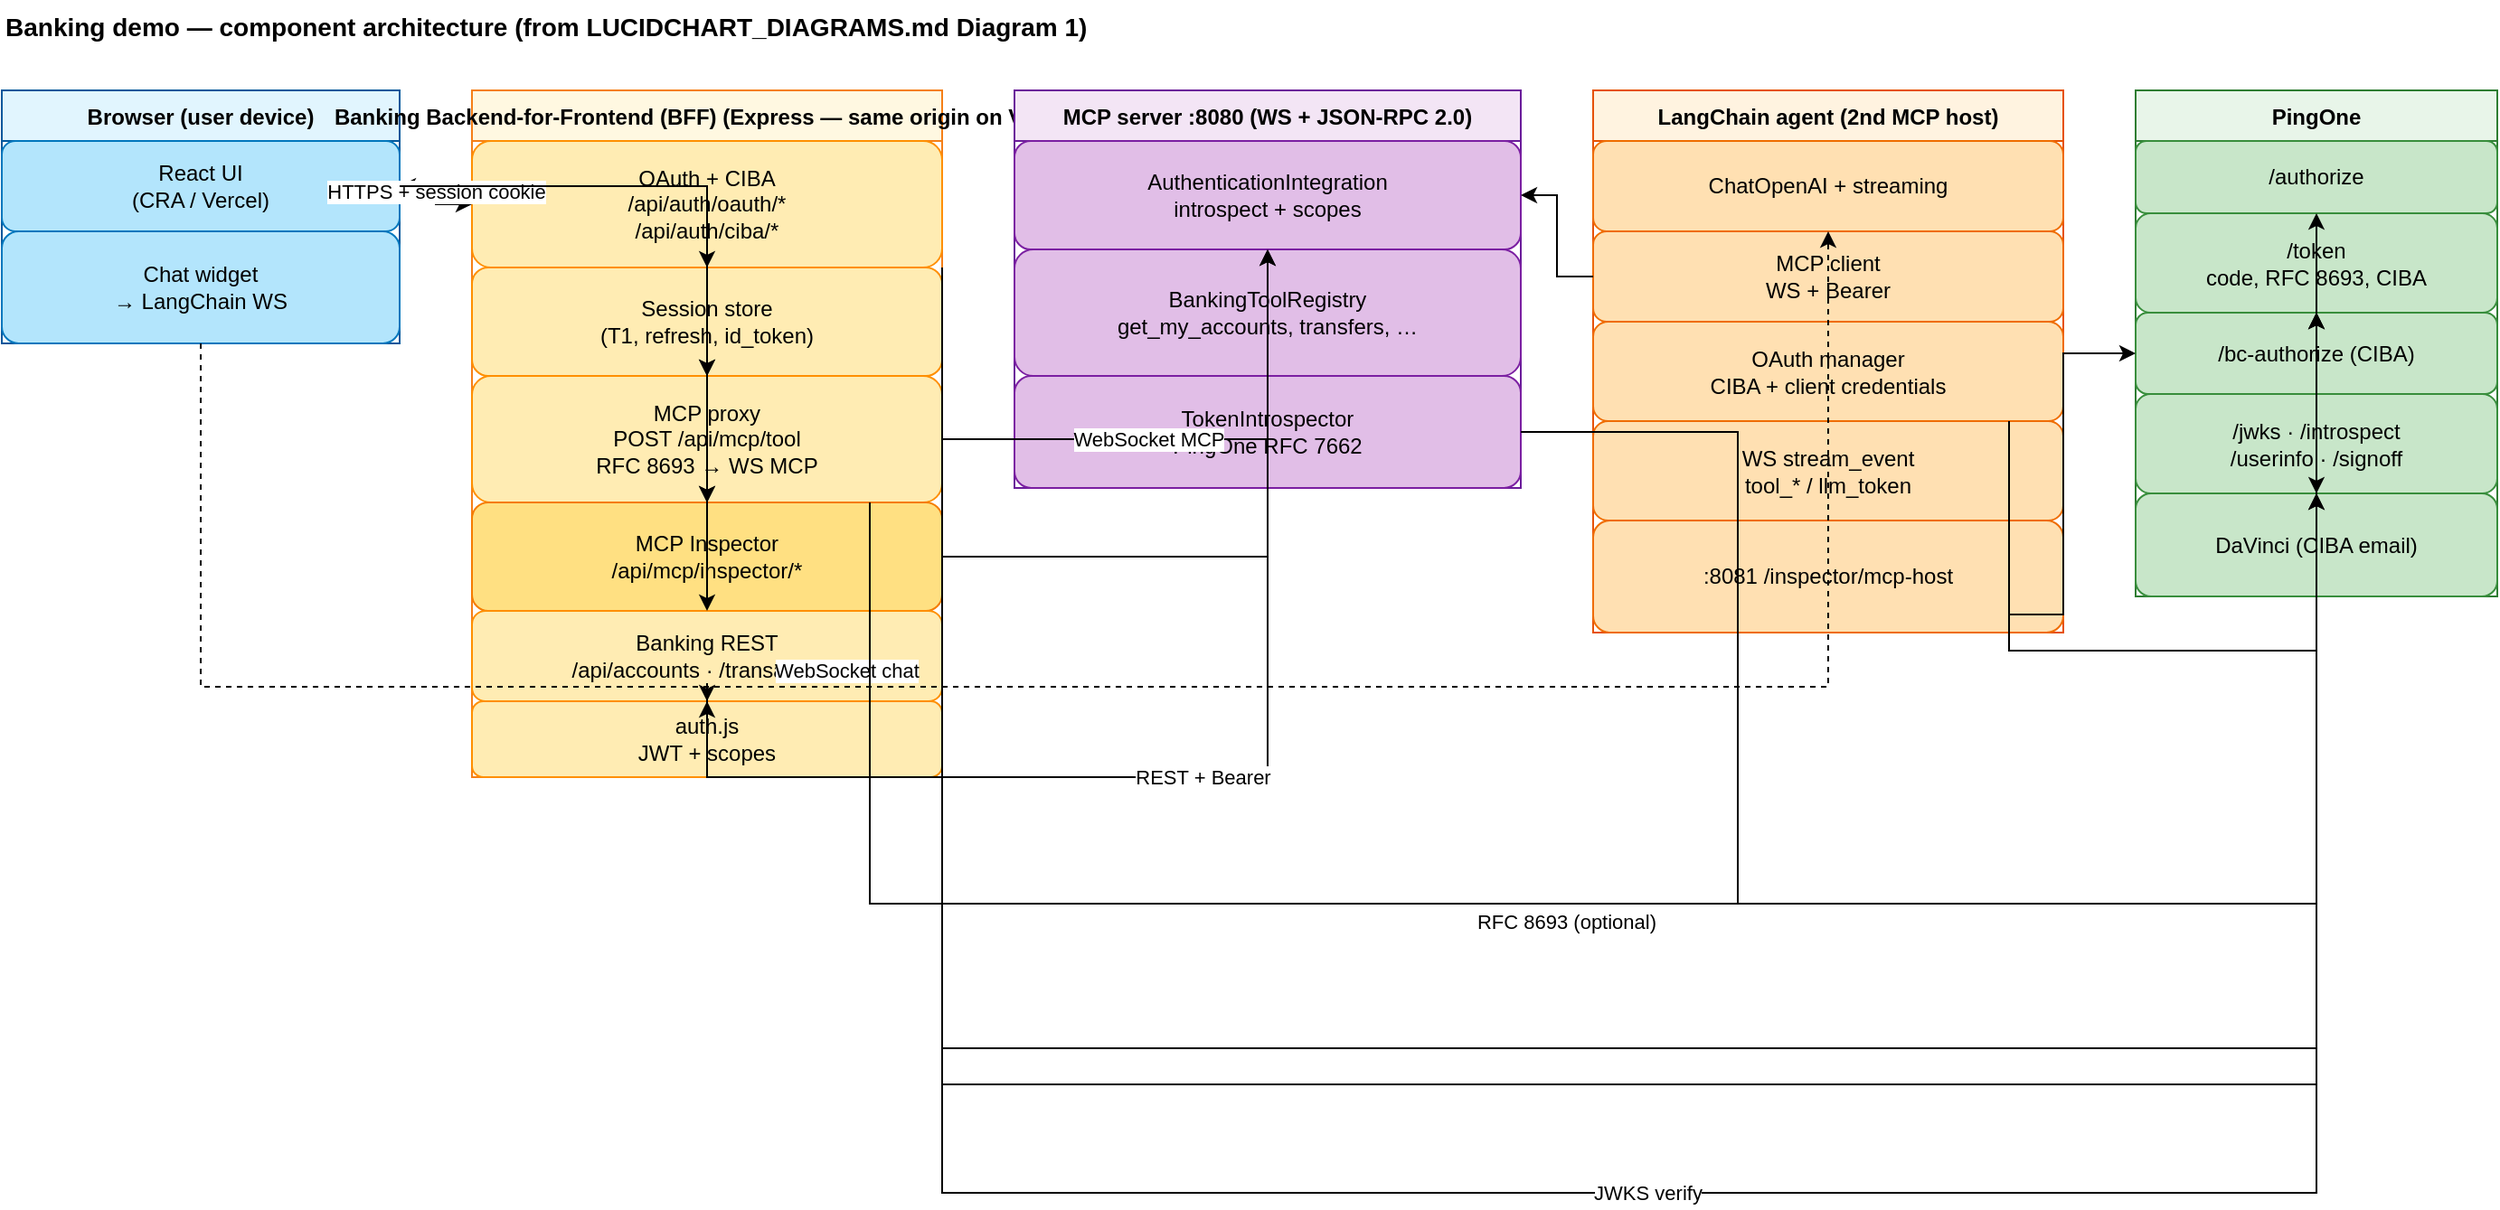
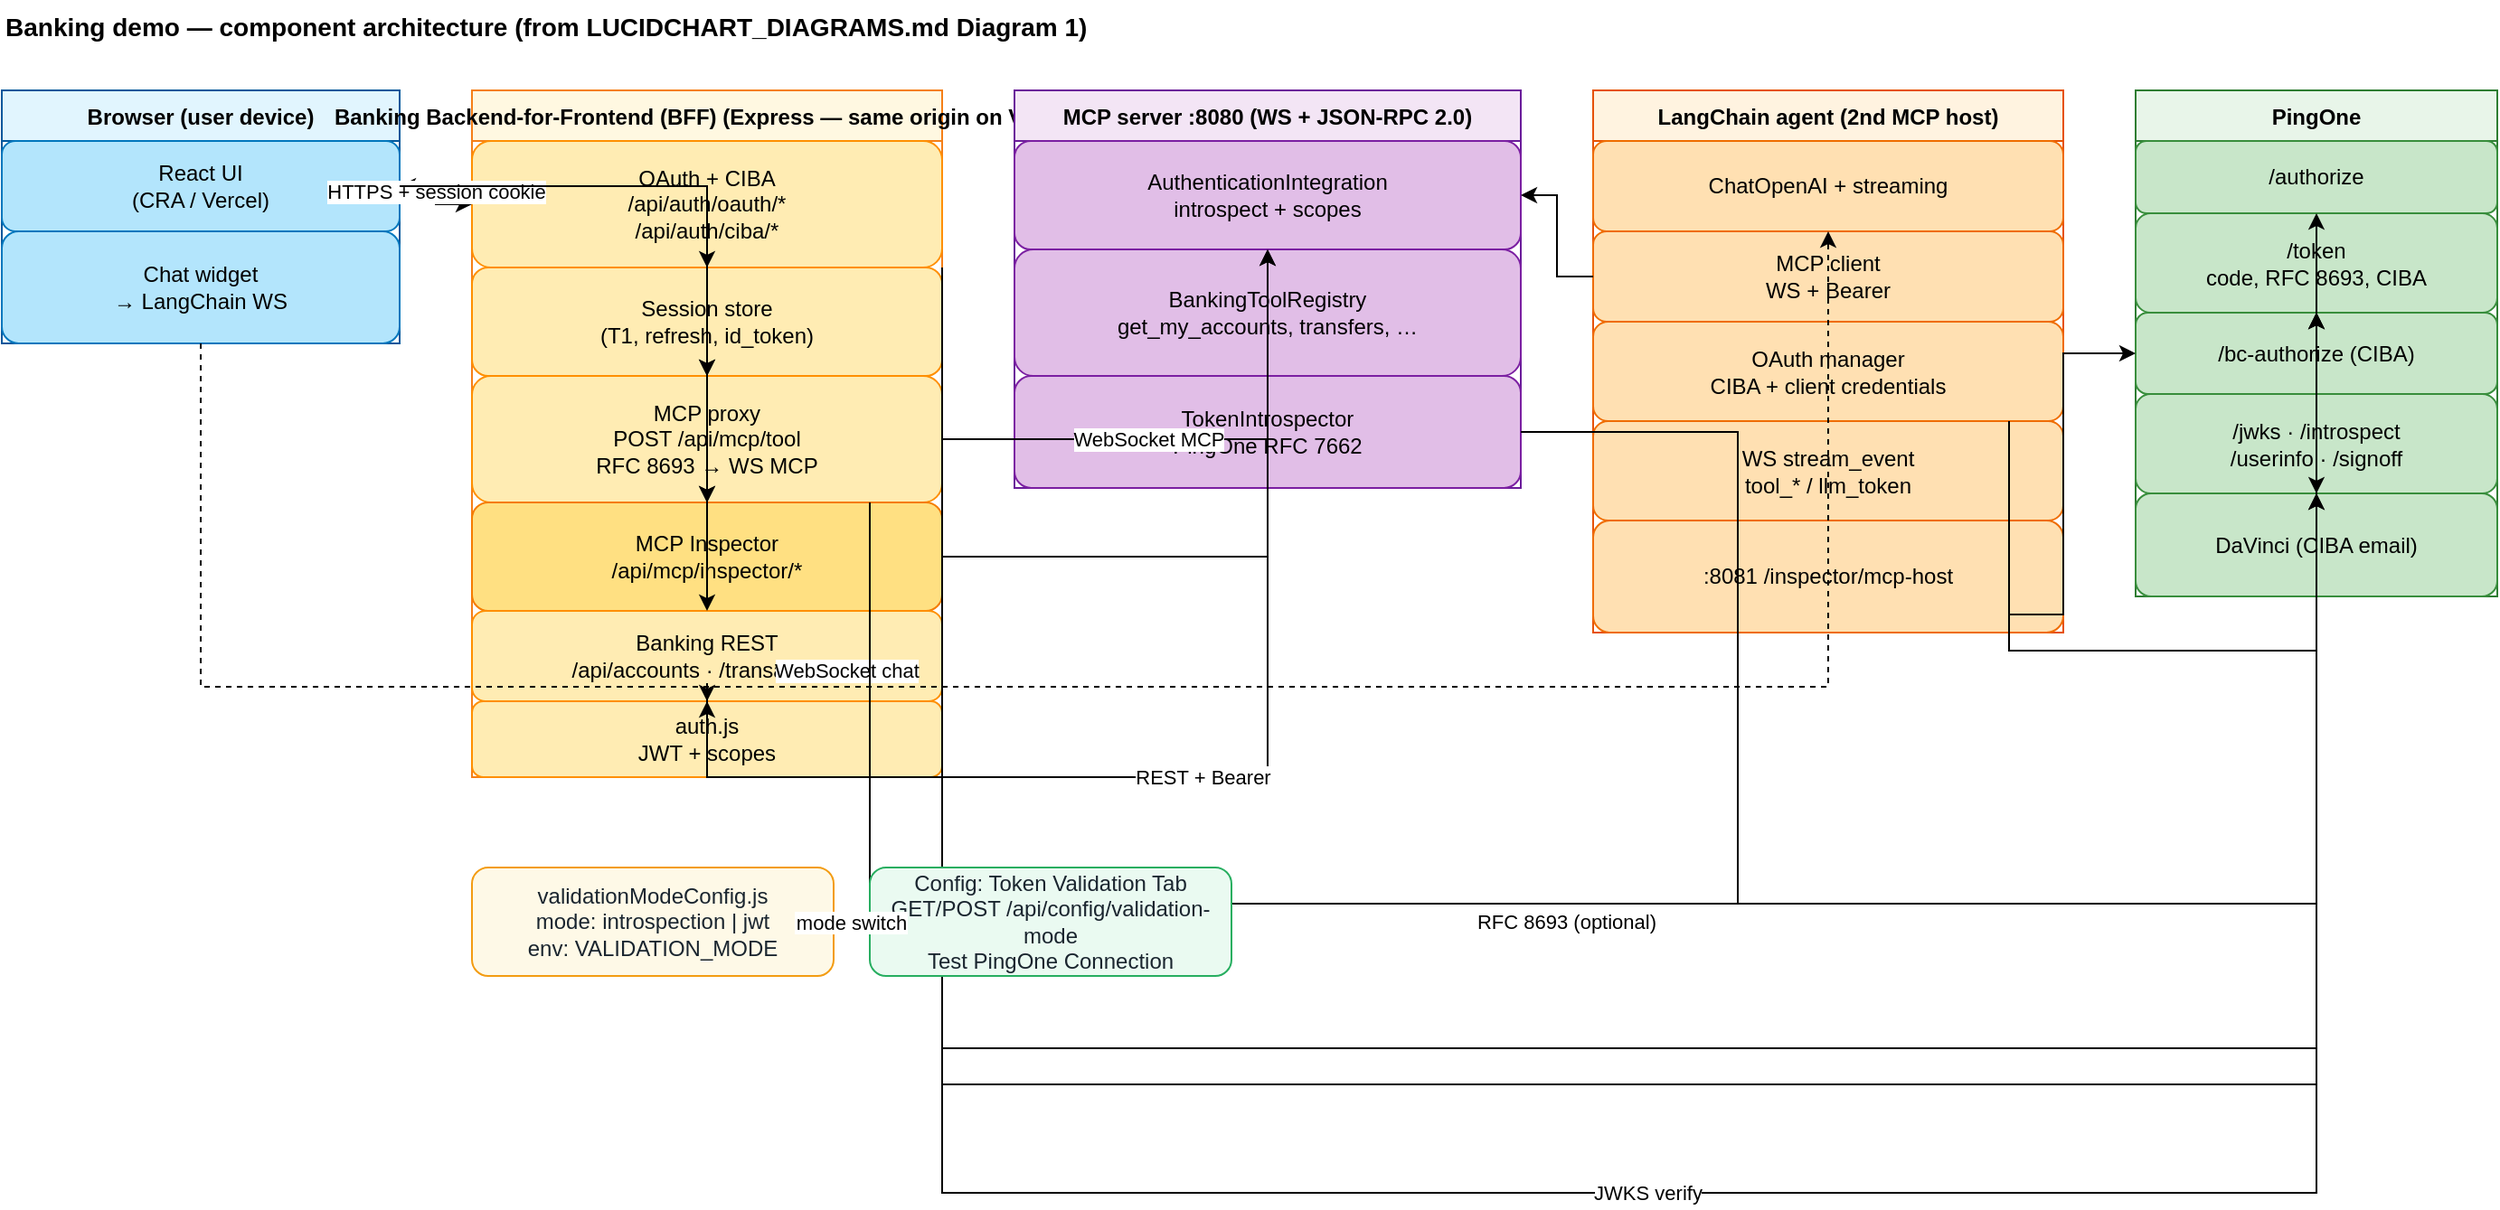
<mxfile host="app.diagrams.net" modified="2026-03-22T00:00:00.000Z" agent="Banking-Demo" version="22.1.0" type="device">
  <diagram id="component-arch" name="1 — Component architecture">
    <mxGraphModel dx="1600" dy="900" grid="1" gridSize="10" guides="1" tooltips="1" connect="1" arrows="1" fold="1" page="1" pageScale="1" pageWidth="1600" pageHeight="1400" math="0" shadow="0">
      <root>
        <mxCell id="0" />
        <mxCell id="1" parent="0" />

        <mxCell id="title" value="Banking demo — component architecture (from LUCIDCHART_DIAGRAMS.md Diagram 1)" style="text;html=1;strokeColor=none;fillColor=none;align=left;verticalAlign=middle;fontStyle=1;fontSize=14;" vertex="1" parent="1">
          <mxGeometry x="40" y="20" width="1200" height="30" as="geometry" />
        </mxCell>

        <mxCell id="lane-browser" value="Browser (user device)" style="swimlane;fontStyle=1;childLayout=stackLayout;horizontal=1;startSize=28;fillColor=#e1f5fe;strokeColor=#01579b;" vertex="1" parent="1">
          <mxGeometry x="40" y="70" width="220" height="140" as="geometry" />
        </mxCell>
        <mxCell id="ui" value="React UI&#xa;(CRA / Vercel)" style="rounded=1;whiteSpace=wrap;html=1;fillColor=#b3e5fc;strokeColor=#0277bd;" vertex="1" parent="lane-browser">
          <mxGeometry y="28" width="220" height="50" as="geometry" />
        </mxCell>
        <mxCell id="chat" value="Chat widget&#xa;→ LangChain WS" style="rounded=1;whiteSpace=wrap;html=1;fillColor=#b3e5fc;strokeColor=#0277bd;" vertex="1" parent="lane-browser">
          <mxGeometry y="78" width="220" height="62" as="geometry" />
        </mxCell>

        <mxCell id="lane-bff" value="Banking Backend-for-Frontend (BFF) (Express — same origin on Vercel)" style="swimlane;fontStyle=1;childLayout=stackLayout;horizontal=1;startSize=28;fillColor=#fff8e1;strokeColor=#f57f17;" vertex="1" parent="1">
          <mxGeometry x="300" y="70" width="260" height="380" as="geometry" />
        </mxCell>
        <mxCell id="oauth" value="OAuth + CIBA&#xa;/api/auth/oauth/*&#xa;/api/auth/ciba/*" style="rounded=1;whiteSpace=wrap;html=1;fillColor=#ffecb3;strokeColor=#ff8f00;" vertex="1" parent="lane-bff">
          <mxGeometry y="28" width="260" height="70" as="geometry" />
        </mxCell>
        <mxCell id="session" value="Session store&#xa;(T1, refresh, id_token)" style="rounded=1;whiteSpace=wrap;html=1;fillColor=#ffecb3;strokeColor=#ff8f00;" vertex="1" parent="lane-bff">
          <mxGeometry y="98" width="260" height="60" as="geometry" />
        </mxCell>
        <mxCell id="mcpproxy" value="MCP proxy&#xa;POST /api/mcp/tool&#xa;RFC 8693 → WS MCP" style="rounded=1;whiteSpace=wrap;html=1;fillColor=#ffecb3;strokeColor=#ff8f00;" vertex="1" parent="lane-bff">
          <mxGeometry y="158" width="260" height="70" as="geometry" />
        </mxCell>
        <mxCell id="mcpinsp" value="MCP Inspector&#xa;/api/mcp/inspector/*" style="rounded=1;whiteSpace=wrap;html=1;fillColor=#ffe082;strokeColor=#f57c00;" vertex="1" parent="lane-bff">
          <mxGeometry y="228" width="260" height="60" as="geometry" />
        </mxCell>
        <mxCell id="bankapi" value="Banking REST&#xa;/api/accounts · /transactions" style="rounded=1;whiteSpace=wrap;html=1;fillColor=#ffecb3;strokeColor=#ff8f00;" vertex="1" parent="lane-bff">
          <mxGeometry y="288" width="260" height="50" as="geometry" />
        </mxCell>
        <mxCell id="authmw" value="auth.js&#xa;JWT + scopes" style="rounded=1;whiteSpace=wrap;html=1;fillColor=#ffecb3;strokeColor=#ff8f00;" vertex="1" parent="lane-bff">
          <mxGeometry y="338" width="260" height="42" as="geometry" />
        </mxCell>

        <mxCell id="lane-mcp" value="MCP server :8080 (WS + JSON-RPC 2.0)" style="swimlane;fontStyle=1;childLayout=stackLayout;horizontal=1;startSize=28;fillColor=#f3e5f5;strokeColor=#6a1b9a;" vertex="1" parent="1">
          <mxGeometry x="600" y="70" width="280" height="220" as="geometry" />
        </mxCell>
        <mxCell id="authmgr" value="AuthenticationIntegration&#xa;introspect + scopes" style="rounded=1;whiteSpace=wrap;html=1;fillColor=#e1bee7;strokeColor=#7b1fa2;" vertex="1" parent="lane-mcp">
          <mxGeometry y="28" width="280" height="60" as="geometry" />
        </mxCell>
        <mxCell id="tools" value="BankingToolRegistry&#xa;get_my_accounts, transfers, …" style="rounded=1;whiteSpace=wrap;html=1;fillColor=#e1bee7;strokeColor=#7b1fa2;" vertex="1" parent="lane-mcp">
          <mxGeometry y="88" width="280" height="70" as="geometry" />
        </mxCell>
        <mxCell id="intro" value="TokenIntrospector&#xa;PingOne RFC 7662" style="rounded=1;whiteSpace=wrap;html=1;fillColor=#e1bee7;strokeColor=#7b1fa2;" vertex="1" parent="lane-mcp">
          <mxGeometry y="158" width="280" height="62" as="geometry" />
        </mxCell>

        <mxCell id="lane-agent" value="LangChain agent (2nd MCP host)" style="swimlane;fontStyle=1;childLayout=stackLayout;horizontal=1;startSize=28;fillColor=#fff3e0;strokeColor=#e65100;" vertex="1" parent="1">
          <mxGeometry x="920" y="70" width="260" height="300" as="geometry" />
        </mxCell>
        <mxCell id="llm" value="ChatOpenAI + streaming" style="rounded=1;whiteSpace=wrap;html=1;fillColor=#ffe0b2;strokeColor=#ef6c00;" vertex="1" parent="lane-agent">
          <mxGeometry y="28" width="260" height="50" as="geometry" />
        </mxCell>
        <mxCell id="mcpclient" value="MCP client&#xa;WS + Bearer" style="rounded=1;whiteSpace=wrap;html=1;fillColor=#ffe0b2;strokeColor=#ef6c00;" vertex="1" parent="lane-agent">
          <mxGeometry y="78" width="260" height="50" as="geometry" />
        </mxCell>
        <mxCell id="cibaagent" value="OAuth manager&#xa;CIBA + client credentials" style="rounded=1;whiteSpace=wrap;html=1;fillColor=#ffe0b2;strokeColor=#ef6c00;" vertex="1" parent="lane-agent">
          <mxGeometry y="128" width="260" height="55" as="geometry" />
        </mxCell>
        <mxCell id="wsev" value="WS stream_event&#xa;tool_* / llm_token" style="rounded=1;whiteSpace=wrap;html=1;fillColor=#ffe0b2;strokeColor=#ef6c00;" vertex="1" parent="lane-agent">
          <mxGeometry y="183" width="260" height="55" as="geometry" />
        </mxCell>
        <mxCell id="insp8081" value=":8081 /inspector/mcp-host" style="rounded=1;whiteSpace=wrap;html=1;fillColor=#ffe0b2;strokeColor=#ef6c00;" vertex="1" parent="lane-agent">
          <mxGeometry y="238" width="260" height="62" as="geometry" />
        </mxCell>

        <mxCell id="lane-p1" value="PingOne" style="swimlane;fontStyle=1;childLayout=stackLayout;horizontal=1;startSize=28;fillColor=#e8f5e9;strokeColor=#2e7d32;" vertex="1" parent="1">
          <mxGeometry x="1220" y="70" width="200" height="280" as="geometry" />
        </mxCell>
        <mxCell id="p1auth" value="/authorize" style="rounded=1;whiteSpace=wrap;html=1;fillColor=#c8e6c9;strokeColor=#388e3c;" vertex="1" parent="lane-p1">
          <mxGeometry y="28" width="200" height="40" as="geometry" />
        </mxCell>
        <mxCell id="p1token" value="/token&#xa;code, RFC 8693, CIBA" style="rounded=1;whiteSpace=wrap;html=1;fillColor=#c8e6c9;strokeColor=#388e3c;" vertex="1" parent="lane-p1">
          <mxGeometry y="68" width="200" height="55" as="geometry" />
        </mxCell>
        <mxCell id="p1bc" value="/bc-authorize (CIBA)" style="rounded=1;whiteSpace=wrap;html=1;fillColor=#c8e6c9;strokeColor=#388e3c;" vertex="1" parent="lane-p1">
          <mxGeometry y="123" width="200" height="45" as="geometry" />
        </mxCell>
        <mxCell id="p1jwks" value="/jwks · /introspect&#xa;/userinfo · /signoff" style="rounded=1;whiteSpace=wrap;html=1;fillColor=#c8e6c9;strokeColor=#388e3c;" vertex="1" parent="lane-p1">
          <mxGeometry y="168" width="200" height="55" as="geometry" />
        </mxCell>
        <mxCell id="p1dv" value="DaVinci (CIBA email)" style="rounded=1;whiteSpace=wrap;html=1;fillColor=#c8e6c9;strokeColor=#388e3c;" vertex="1" parent="lane-p1">
          <mxGeometry y="223" width="200" height="57" as="geometry" />
        </mxCell>

        <mxCell id="e1" style="edgeStyle=orthogonalEdgeStyle;rounded=0;orthogonalLoop=1;jettySize=auto;html=1;endArrow=classic;startArrow=classic;" edge="1" parent="1" source="ui" target="oauth">
          <mxGeometry relative="1" as="geometry" />
        </mxCell>
        <mxCell id="e1l" value="HTTPS + session cookie" style="edgeLabel;html=1;align=center;verticalAlign=middle;resizable=0;points=[];" vertex="1" connectable="0" parent="e1">
          <mxGeometry x="-0.1" relative="1" as="geometry">
            <mxPoint as="offset" />
          </mxGeometry>
        </mxCell>
        <mxCell id="e2" style="edgeStyle=orthogonalEdgeStyle;rounded=0;html=1;endArrow=classic;" edge="1" parent="1" source="ui" target="mcpproxy">
          <mxGeometry relative="1" as="geometry" />
        </mxCell>
        <mxCell id="e3" style="edgeStyle=orthogonalEdgeStyle;rounded=0;html=1;endArrow=classic;" edge="1" parent="1" source="ui" target="mcpinsp">
          <mxGeometry relative="1" as="geometry" />
        </mxCell>
        <mxCell id="e4" style="edgeStyle=orthogonalEdgeStyle;rounded=0;html=1;endArrow=classic;" edge="1" parent="1" source="ui" target="bankapi">
          <mxGeometry relative="1" as="geometry" />
        </mxCell>
        <mxCell id="e5" style="edgeStyle=orthogonalEdgeStyle;rounded=0;html=1;dashed=1;endArrow=classic;" edge="1" parent="1" source="chat" target="llm">
          <mxGeometry relative="1" as="geometry">
            <Array as="points">
              <mxPoint x="150" y="400" />
              <mxPoint x="1050" y="400" />
            </Array>
          </mxGeometry>
        </mxCell>
        <mxCell id="e5l" value="WebSocket chat" style="edgeLabel;html=1;align=center;verticalAlign=middle;resizable=0;points=[];" vertex="1" connectable="0" parent="e5">
          <mxGeometry x="-0.2" y="1" relative="1" as="geometry">
            <mxPoint x="10" y="-8" as="offset" />
          </mxGeometry>
        </mxCell>

        <mxCell id="e6" style="edgeStyle=orthogonalEdgeStyle;rounded=0;html=1;endArrow=classic;" edge="1" parent="1" source="oauth" target="session">
          <mxGeometry relative="1" as="geometry" />
        </mxCell>
        <mxCell id="e7" style="edgeStyle=orthogonalEdgeStyle;rounded=0;html=1;endArrow=classic;" edge="1" parent="1" source="session" target="mcpproxy">
          <mxGeometry relative="1" as="geometry" />
        </mxCell>
        <mxCell id="e8" style="edgeStyle=orthogonalEdgeStyle;rounded=0;html=1;endArrow=classic;" edge="1" parent="1" source="session" target="mcpinsp">
          <mxGeometry relative="1" as="geometry" />
        </mxCell>

        <mxCell id="e9" style="edgeStyle=orthogonalEdgeStyle;rounded=0;html=1;endArrow=classic;" edge="1" parent="1" source="mcpproxy" target="authmgr">
          <mxGeometry relative="1" as="geometry" />
        </mxCell>
        <mxCell id="e9l" value="WebSocket MCP" style="edgeLabel;html=1;align=center;verticalAlign=middle;resizable=0;points=[];" vertex="1" connectable="0" parent="e9">
          <mxGeometry x="-0.2" relative="1" as="geometry">
            <mxPoint as="offset" />
          </mxGeometry>
        </mxCell>
        <mxCell id="e10" style="edgeStyle=orthogonalEdgeStyle;rounded=0;html=1;endArrow=classic;" edge="1" parent="1" source="mcpinsp" target="authmgr">
          <mxGeometry relative="1" as="geometry" />
        </mxCell>

        <mxCell id="e11" style="edgeStyle=orthogonalEdgeStyle;rounded=0;html=1;endArrow=classic;" edge="1" parent="1" source="mcpproxy" target="p1token">
          <mxGeometry relative="1" as="geometry">
            <Array as="points">
              <mxPoint x="520" y="520" />
              <mxPoint x="1320" y="520" />
            </Array>
          </mxGeometry>
        </mxCell>
        <mxCell id="e11l" value="RFC 8693 (optional)" style="edgeLabel;html=1;align=center;verticalAlign=middle;resizable=0;points=[];" vertex="1" connectable="0" parent="e11">
          <mxGeometry x="-0.1" relative="1" as="geometry">
            <mxPoint y="10" as="offset" />
          </mxGeometry>
        </mxCell>

        <mxCell id="e12" style="edgeStyle=orthogonalEdgeStyle;rounded=0;html=1;endArrow=classic;" edge="1" parent="1" source="oauth" target="p1auth">
          <mxGeometry relative="1" as="geometry">
            <Array as="points">
              <mxPoint x="560" y="600" />
              <mxPoint x="1320" y="600" />
            </Array>
          </mxGeometry>
        </mxCell>
        <mxCell id="e13" style="edgeStyle=orthogonalEdgeStyle;rounded=0;html=1;endArrow=classic;" edge="1" parent="1" source="oauth" target="p1token">
          <mxGeometry relative="1" as="geometry">
            <Array as="points">
              <mxPoint x="560" y="620" />
              <mxPoint x="1320" y="620" />
            </Array>
          </mxGeometry>
        </mxCell>

        <mxCell id="e14" style="edgeStyle=orthogonalEdgeStyle;rounded=0;html=1;endArrow=classic;" edge="1" parent="1" source="bankapi" target="authmw">
          <mxGeometry relative="1" as="geometry" />
        </mxCell>
        <mxCell id="e15" style="edgeStyle=orthogonalEdgeStyle;rounded=0;html=1;endArrow=classic;" edge="1" parent="1" source="authmw" target="p1jwks">
          <mxGeometry relative="1" as="geometry">
            <Array as="points">
              <mxPoint x="560" y="680" />
              <mxPoint x="1320" y="680" />
            </Array>
          </mxGeometry>
        </mxCell>
        <mxCell id="e15l" value="JWKS verify" style="edgeLabel;html=1;align=center;verticalAlign=middle;resizable=0;points=[];" vertex="1" connectable="0" parent="e15">
          <mxGeometry x="-0.1" relative="1" as="geometry">
            <mxPoint as="offset" />
          </mxGeometry>
        </mxCell>

        <mxCell id="e16" style="edgeStyle=orthogonalEdgeStyle;rounded=0;html=1;endArrow=classic;" edge="1" parent="1" source="intro" target="p1jwks">
          <mxGeometry relative="1" as="geometry">
            <Array as="points">
              <mxPoint x="1000" y="520" />
              <mxPoint x="1320" y="520" />
            </Array>
          </mxGeometry>
        </mxCell>
        <mxCell id="e17" style="edgeStyle=orthogonalEdgeStyle;rounded=0;html=1;endArrow=classic;" edge="1" parent="1" source="tools" target="bankapi">
          <mxGeometry relative="1" as="geometry">
            <Array as="points">
              <mxPoint x="740" y="450" />
              <mxPoint x="430" y="450" />
            </Array>
          </mxGeometry>
        </mxCell>
        <mxCell id="e17l" value="REST + Bearer" style="edgeLabel;html=1;align=center;verticalAlign=middle;resizable=0;points=[];" vertex="1" connectable="0" parent="e17">
          <mxGeometry x="-0.1" relative="1" as="geometry">
            <mxPoint as="offset" />
          </mxGeometry>
        </mxCell>

        <mxCell id="e18" style="edgeStyle=orthogonalEdgeStyle;rounded=0;html=1;endArrow=classic;" edge="1" parent="1" source="mcpclient" target="authmgr">
          <mxGeometry relative="1" as="geometry" />
        </mxCell>
        <mxCell id="e19" style="edgeStyle=orthogonalEdgeStyle;rounded=0;html=1;endArrow=classic;" edge="1" parent="1" source="cibaagent" target="p1bc">
          <mxGeometry relative="1" as="geometry">
            <Array as="points">
              <mxPoint x="1150" y="360" />
              <mxPoint x="1180" y="360" />
            </Array>
          </mxGeometry>
        </mxCell>
        <mxCell id="e20" style="edgeStyle=orthogonalEdgeStyle;rounded=0;html=1;endArrow=classic;" edge="1" parent="1" source="cibaagent" target="p1token">
          <mxGeometry relative="1" as="geometry">
            <Array as="points">
              <mxPoint x="1150" y="380" />
              <mxPoint x="1320" y="380" />
            </Array>
          </mxGeometry>
        </mxCell>
        <mxCell id="e21" style="edgeStyle=orthogonalEdgeStyle;rounded=0;html=1;dashed=1;endArrow=classic;" edge="1" parent="1" source="p1bc" target="p1dv">
+           <mxGeometry relative="1" as="geometry" />
+         </mxCell>
+         <mxCell id="validationMode" value="validationModeConfig.js&#xa;mode: introspection | jwt&#xa;env: VALIDATION_MODE" style="rounded=1;whiteSpace=wrap;html=1;fillColor=#fef9e7;strokeColor=#f39c12;fontColor=#1a252f;" vertex="1" parent="1">
+           <mxGeometry x="300" y="500" width="200" height="60" as="geometry" />
+         </mxCell>
+         <mxCell id="tokenValidationTab" value="Config: Token Validation Tab&#xa;GET/POST /api/config/validation-mode&#xa;Test PingOne Connection" style="rounded=1;whiteSpace=wrap;html=1;fillColor=#eafaf1;strokeColor=#27ae60;fontColor=#1a252f;" vertex="1" parent="1">
+           <mxGeometry x="520" y="500" width="200" height="60" as="geometry" />
+         </mxCell>
+         <mxCell id="tokenValidationEdge" value="mode switch" style="edgeStyle=orthogonalEdgeStyle;" edge="1" source="tokenValidationTab" target="validationMode" parent="1">
          <mxGeometry relative="1" as="geometry" />
        </mxCell>
      </root>
    </mxGraphModel>
  </diagram>

  <diagram id="readme" name="0 — About + sequence diagrams">
    <mxGraphModel dx="1200" dy="800" grid="1" gridSize="10" guides="1" tooltips="1" connect="1" arrows="1" fold="1" page="1" pageScale="1" pageWidth="1100" pageHeight="850" math="0" shadow="0">
      <root>
        <mxCell id="0r" />
        <mxCell id="1r" parent="0r" />
        <mxCell id="note1" value="LUCIDCHART_DIAGRAMS.md is not draw.io format — it uses Mermaid inside Markdown (for Lucidchart “Import → Mermaid” or GitHub preview).&#xa;&#xa;This file (.drawio) is for diagrams.net / draw.io: open with File → Open from Device, or drag onto app.diagrams.net.&#xa;&#xa;Page “1 — Component architecture” mirrors Diagram 1 from the markdown.&#xa;Diagrams 2–9 in the .md file are sequence / flow Mermaid blocks; paste them into draw.io via Arrange → Insert → Advanced → Mermaid, or keep maintaining them in LUCIDCHART_DIAGRAMS.md." style="rounded=1;whiteSpace=wrap;html=1;align=left;verticalAlign=top;spacingLeft=10;spacingTop=6;fillColor=#fffde7;strokeColor=#f9a825;fontSize=12;" vertex="1" parent="1r">
          <mxGeometry x="40" y="40" width="1000" height="200" as="geometry" />
        </mxCell>
        <mxCell id="note2" value="RFCs / specs (see ARCHITECTURE.md §1a): RFC 6749, 6750, 7636, 7662, 8693, 7009, 7517, 7519, 7591; JSON-RPC 2.0; OIDC Core + CIBA; MCP 2024-11-05." style="rounded=1;whiteSpace=wrap;html=1;align=left;verticalAlign=top;spacingLeft=10;spacingTop=6;fillColor=#e3f2fd;strokeColor=#1565c0;fontSize=11;" vertex="1" parent="1r">
          <mxGeometry x="40" y="260" width="1000" height="70" as="geometry" />
        </mxCell>
      </root>
    </mxGraphModel>
  </diagram>
</mxfile>
